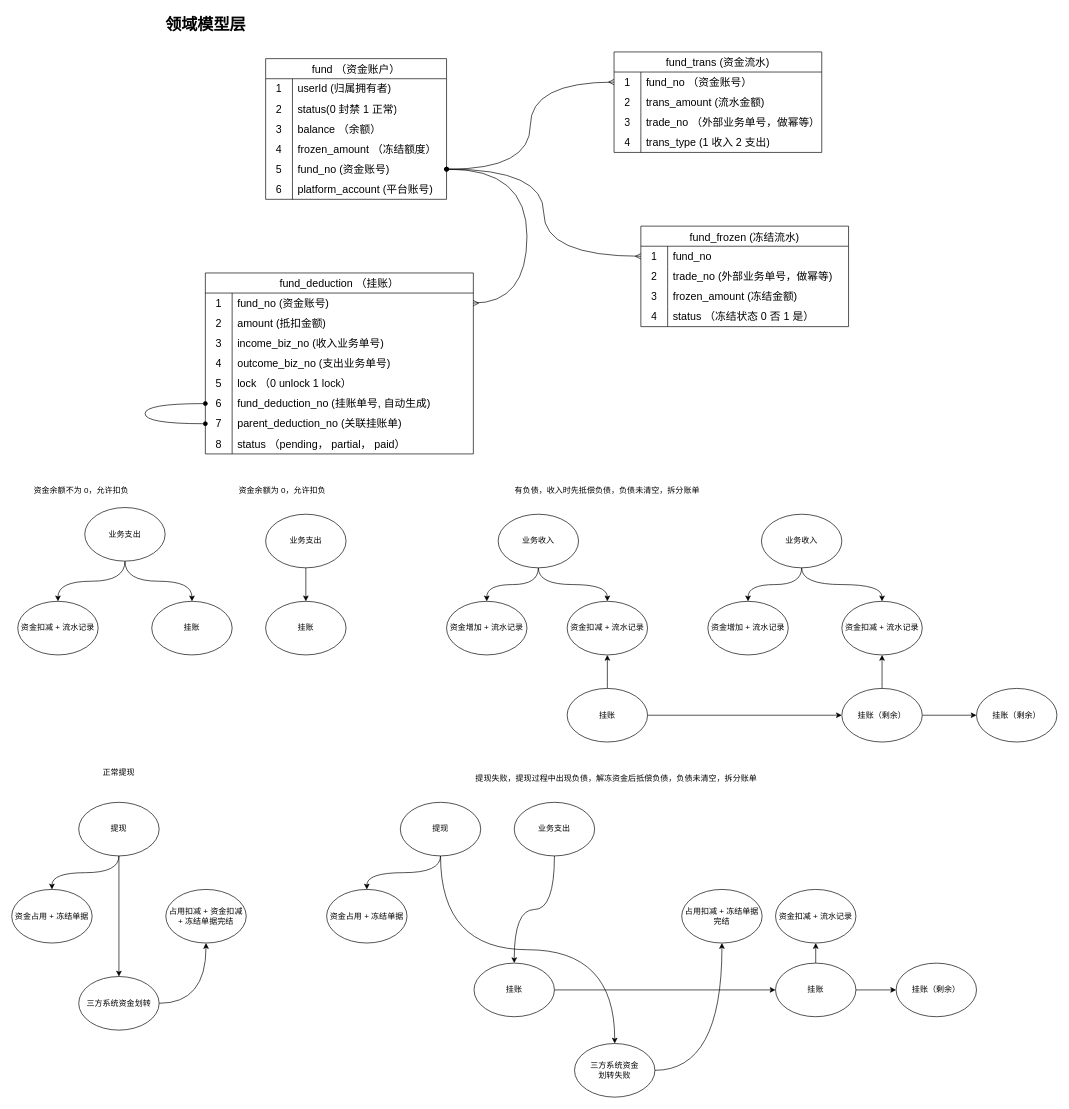
Earlier version of the draw.io diagram jan-design.drawio (chenjiajiabianmi/drawio). Source tidied: cells renumbered, new cells numbered last; positions are measured from the earlier drawing's top-left corner, leaving out a move shared by most shapes. Both pictures are drawn from the tidied source at 67%, with x=0, y=0 at pixel (11, 11).
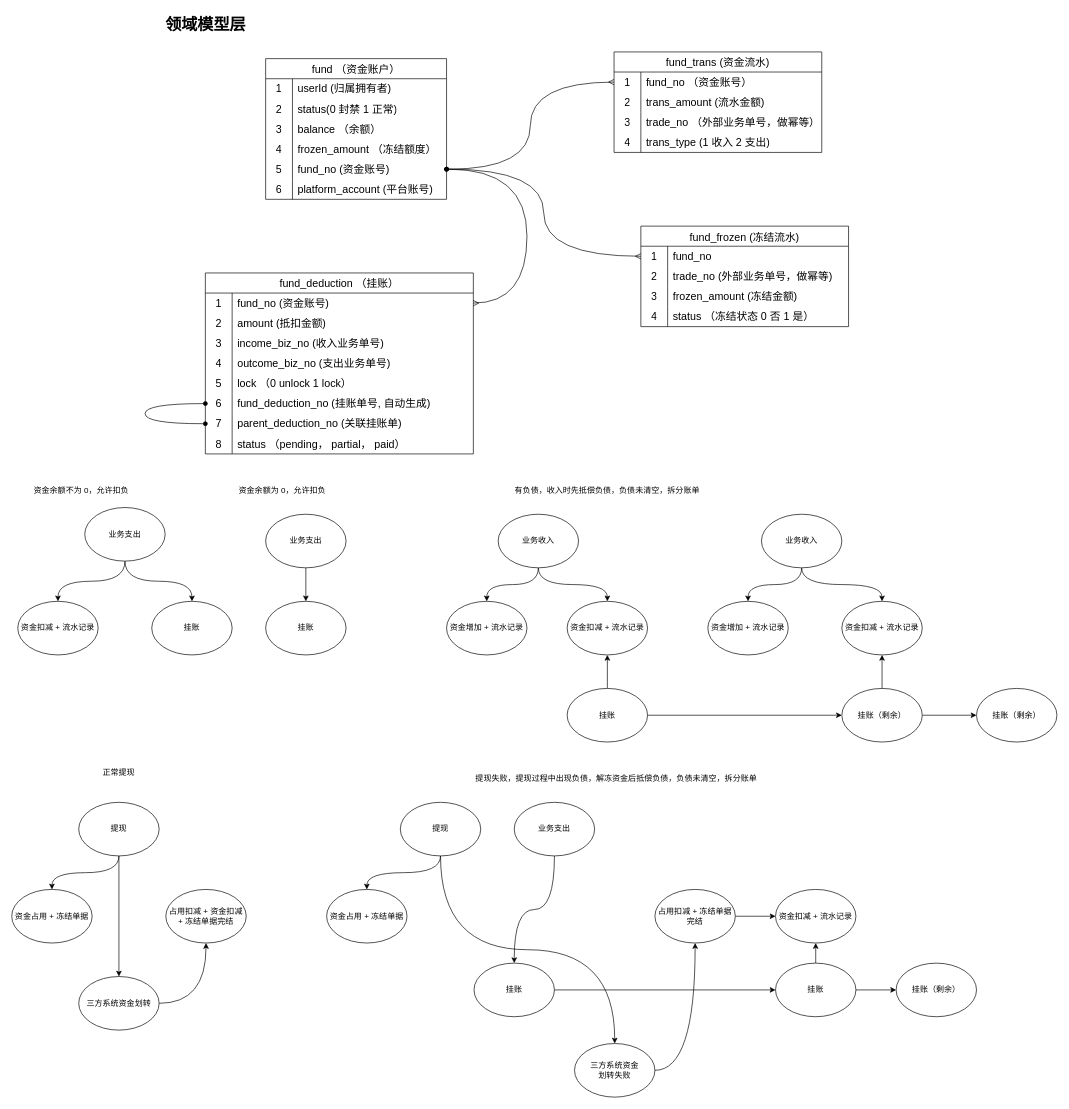
The same page after the edit.

Unchanged cells that the change refers to:
```xml
<mxCell id="120" value="资金扣减 + 流水记录" style="ellipse;whiteSpace=wrap;html=1;" parent="1" vertex="1">
  <mxGeometry x="1140" y="1310" width="120" height="80" as="geometry" />
</mxCell>
```

Diff of the diagram source:
```diff
@@
+    <mxCell id="130" style="edgeStyle=orthogonalEdgeStyle;rounded=0;jettySize=auto;html=1;" parent="1" edge="1" source="112" target="120">
+      <mxGeometry relative="1" as="geometry" />
+    </mxCell>
     <mxCell id="112" value="占用扣减 + 冻结单据完结" style="ellipse;whiteSpace=wrap;html=1;" parent="1" vertex="1">
-      <mxGeometry x="1000" y="1310" width="120" height="80" as="geometry" />
+      <mxGeometry x="960" y="1310" width="120" height="80" as="geometry" />
     </mxCell>
```
